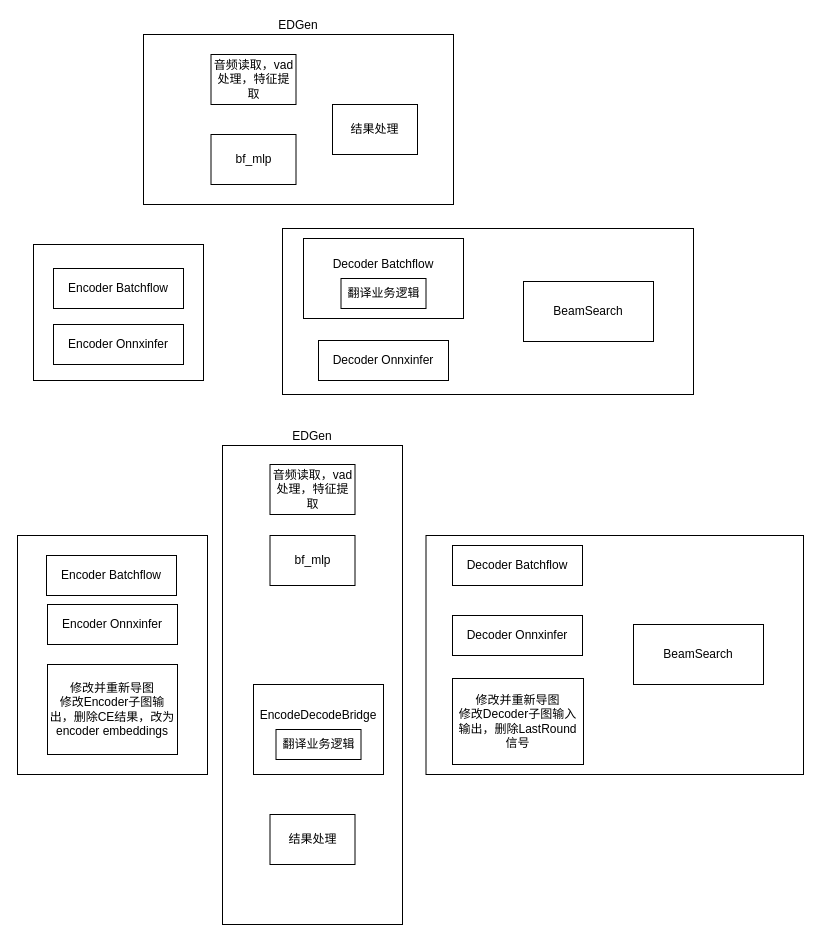
Earlier version of the draw.io diagram Image/多语种同传大模型encode-decode拆分新解决方案.drawio (jcchouz/ImageHosting). Source tidied: cells renumbered, new cells numbered last; positions are measured from the earlier drawing's top-left corner, leaving out a move shared by most shapes. Both pictures are drawn from the tidied source at 100%, with x=0, y=0 at pixel (17, 34).
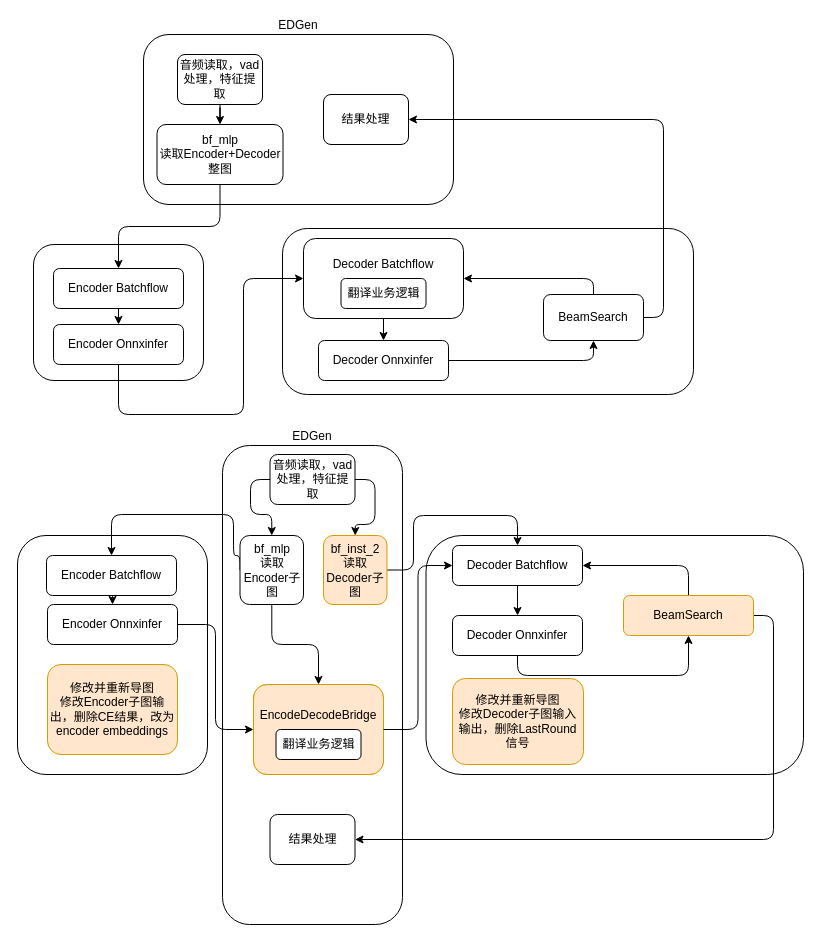
The same diagram, later.

Commit message:
更新多语种同传大模型encode-decode拆分新解决方案.drawio

The edit, as a diff of the source:
```diff
@@
-    <mxCell id="2" style="rounded=0;whiteSpace=wrap;html=1;" parent="1" vertex="1">
+    <mxCell id="2" style="rounded=1;whiteSpace=wrap;html=1;" parent="1" vertex="1">
       <mxGeometry x="408.5" y="501" width="377.5" height="239" as="geometry" />
     </mxCell>
-    <mxCell id="3" style="rounded=0;whiteSpace=wrap;html=1;" parent="1" vertex="1">
+    <mxCell id="3" style="rounded=1;whiteSpace=wrap;html=1;" parent="1" vertex="1">
       <mxGeometry y="501" width="190" height="239" as="geometry" />
     </mxCell>
-    <mxCell id="4" style="rounded=0;whiteSpace=wrap;html=1;" parent="1" vertex="1">
+    <mxCell id="4" style="rounded=1;whiteSpace=wrap;html=1;" parent="1" vertex="1">
       <mxGeometry x="265" y="194" width="411" height="166" as="geometry" />
     </mxCell>
-    <mxCell id="5" style="rounded=0;whiteSpace=wrap;html=1;" parent="1" vertex="1">
+    <mxCell id="5" style="rounded=1;whiteSpace=wrap;html=1;" parent="1" vertex="1">
       <mxGeometry x="16" y="210" width="170" height="136" as="geometry" />
     </mxCell>
-    <mxCell id="6" value="EDGen" style="rounded=0;whiteSpace=wrap;html=1;labelPosition=center;verticalLabelPosition=top;align=center;verticalAlign=bottom;" parent="1" vertex="1">
+    <mxCell id="6" value="EDGen" style="rounded=1;whiteSpace=wrap;html=1;labelPosition=center;verticalLabelPosition=top;align=center;verticalAlign=bottom;" parent="1" vertex="1">
       <mxGeometry x="126" width="310" height="170" as="geometry" />
     </mxCell>
+    <mxCell id="30" style="edgeStyle=orthogonalEdgeStyle;rounded=1;jettySize=auto;html=1;exitX=0.5;exitY=1;exitDx=0;exitDy=0;entryX=0.5;entryY=0;entryDx=0;entryDy=0;" parent="1" edge="1" source="7" target="8">
+      <mxGeometry relative="1" as="geometry" />
+    </mxCell>
-    <mxCell id="7" value="Encoder Batchflow" style="rounded=0;whiteSpace=wrap;html=1;" parent="1" vertex="1">
+    <mxCell id="7" value="Encoder Batchflow" style="rounded=1;whiteSpace=wrap;html=1;" parent="1" vertex="1">
       <mxGeometry x="36" y="234" width="130" height="40" as="geometry" />
     </mxCell>
+    <mxCell id="31" style="edgeStyle=orthogonalEdgeStyle;rounded=1;jettySize=auto;html=1;exitX=0.5;exitY=1;exitDx=0;exitDy=0;entryX=0;entryY=0.5;entryDx=0;entryDy=0;" parent="1" edge="1" source="8" target="9">
+      <mxGeometry relative="1" as="geometry">
+        <Array as="points">
+          <mxPoint x="101" y="380" />
+          <mxPoint x="226" y="380" />
+          <mxPoint x="226" y="244" />
+        </Array>
+      </mxGeometry>
+    </mxCell>
-    <mxCell id="8" value="Encoder Onnxinfer" style="rounded=0;whiteSpace=wrap;html=1;" parent="1" vertex="1">
+    <mxCell id="8" value="Encoder Onnxinfer" style="rounded=1;whiteSpace=wrap;html=1;" parent="1" vertex="1">
       <mxGeometry x="36" y="290" width="130" height="40" as="geometry" />
     </mxCell>
+    <mxCell id="32" style="edgeStyle=orthogonalEdgeStyle;rounded=1;jettySize=auto;html=1;exitX=0.5;exitY=1;exitDx=0;exitDy=0;entryX=0.5;entryY=0;entryDx=0;entryDy=0;" parent="1" edge="1" source="9" target="10">
+      <mxGeometry relative="1" as="geometry" />
+    </mxCell>
-    <mxCell id="9" value="Decoder Batchflow&lt;div&gt;&lt;br&gt;&lt;/div&gt;&lt;div&gt;&lt;br&gt;&lt;/div&gt;" style="rounded=0;whiteSpace=wrap;html=1;" parent="1" vertex="1">
+    <mxCell id="9" value="Decoder Batchflow&lt;div&gt;&lt;br&gt;&lt;/div&gt;&lt;div&gt;&lt;br&gt;&lt;/div&gt;" style="rounded=1;whiteSpace=wrap;html=1;" parent="1" vertex="1">
       <mxGeometry x="286" y="204" width="160" height="80" as="geometry" />
     </mxCell>
+    <mxCell id="33" style="edgeStyle=orthogonalEdgeStyle;rounded=1;jettySize=auto;html=1;exitX=1;exitY=0.5;exitDx=0;exitDy=0;entryX=0.5;entryY=1;entryDx=0;entryDy=0;" parent="1" edge="1" source="10" target="11">
+      <mxGeometry relative="1" as="geometry" />
+    </mxCell>
-    <mxCell id="10" value="Decoder Onnxinfer" style="rounded=0;whiteSpace=wrap;html=1;" parent="1" vertex="1">
+    <mxCell id="10" value="Decoder Onnxinfer" style="rounded=1;whiteSpace=wrap;html=1;" parent="1" vertex="1">
       <mxGeometry x="301" y="306" width="130" height="40" as="geometry" />
     </mxCell>
+    <mxCell id="34" style="edgeStyle=orthogonalEdgeStyle;rounded=1;jettySize=auto;html=1;exitX=1;exitY=0.5;exitDx=0;exitDy=0;entryX=1;entryY=0.5;entryDx=0;entryDy=0;" parent="1" edge="1" source="11" target="22">
+      <mxGeometry relative="1" as="geometry" />
+    </mxCell>
+    <mxCell id="35" style="edgeStyle=orthogonalEdgeStyle;rounded=1;jettySize=auto;html=1;exitX=0.5;exitY=0;exitDx=0;exitDy=0;entryX=1;entryY=0.5;entryDx=0;entryDy=0;" parent="1" edge="1" source="11" target="9">
+      <mxGeometry relative="1" as="geometry">
+        <Array as="points">
+          <mxPoint x="576" y="244" />
+        </Array>
+      </mxGeometry>
+    </mxCell>
-    <mxCell id="11" value="BeamSearch" style="rounded=0;whiteSpace=wrap;html=1;" parent="1" vertex="1">
-      <mxGeometry x="506" y="247" width="130" height="60" as="geometry" />
+    <mxCell id="11" value="BeamSearch" style="rounded=1;whiteSpace=wrap;html=1;" parent="1" vertex="1">
+      <mxGeometry x="526" y="260" width="100" height="46" as="geometry" />
     </mxCell>
-    <mxCell id="12" value="EDGen" style="rounded=0;whiteSpace=wrap;html=1;labelPosition=center;verticalLabelPosition=top;align=center;verticalAlign=bottom;" parent="1" vertex="1">
+    <mxCell id="12" value="EDGen" style="rounded=1;whiteSpace=wrap;html=1;labelPosition=center;verticalLabelPosition=top;align=center;verticalAlign=bottom;" parent="1" vertex="1">
       <mxGeometry x="205" y="411" width="180" height="479" as="geometry" />
     </mxCell>
+    <mxCell id="36" style="edgeStyle=orthogonalEdgeStyle;rounded=1;jettySize=auto;html=1;exitX=0.5;exitY=1;exitDx=0;exitDy=0;entryX=0.5;entryY=0;entryDx=0;entryDy=0;" parent="1" edge="1" source="13" target="14">
+      <mxGeometry relative="1" as="geometry" />
+    </mxCell>
-    <mxCell id="13" value="Encoder Batchflow" style="rounded=0;whiteSpace=wrap;html=1;" parent="1" vertex="1">
+    <mxCell id="13" value="Encoder Batchflow" style="rounded=1;whiteSpace=wrap;html=1;" parent="1" vertex="1">
       <mxGeometry x="29" y="521" width="130" height="40" as="geometry" />
     </mxCell>
+    <mxCell id="37" style="edgeStyle=orthogonalEdgeStyle;rounded=1;jettySize=auto;html=1;exitX=1;exitY=0.5;exitDx=0;exitDy=0;entryX=0;entryY=0.5;entryDx=0;entryDy=0;" parent="1" edge="1" source="14" target="26">
+      <mxGeometry relative="1" as="geometry" />
+    </mxCell>
-    <mxCell id="14" value="Encoder Onnxinfer" style="rounded=0;whiteSpace=wrap;html=1;" parent="1" vertex="1">
+    <mxCell id="14" value="Encoder Onnxinfer" style="rounded=1;whiteSpace=wrap;html=1;" parent="1" vertex="1">
       <mxGeometry x="30" y="570" width="130" height="40" as="geometry" />
     </mxCell>
+    <mxCell id="38" style="edgeStyle=orthogonalEdgeStyle;rounded=1;jettySize=auto;html=1;exitX=0.5;exitY=1;exitDx=0;exitDy=0;entryX=0.5;entryY=0;entryDx=0;entryDy=0;" parent="1" edge="1" source="15" target="16">
+      <mxGeometry relative="1" as="geometry" />
+    </mxCell>
-    <mxCell id="15" value="Decoder Batchflow" style="rounded=0;whiteSpace=wrap;html=1;" parent="1" vertex="1">
+    <mxCell id="15" value="Decoder Batchflow" style="rounded=1;whiteSpace=wrap;html=1;" parent="1" vertex="1">
       <mxGeometry x="435" y="511" width="130" height="40" as="geometry" />
     </mxCell>
+    <mxCell id="39" style="edgeStyle=orthogonalEdgeStyle;rounded=1;jettySize=auto;html=1;exitX=0.5;exitY=1;exitDx=0;exitDy=0;entryX=0.5;entryY=1;entryDx=0;entryDy=0;" parent="1" edge="1" source="16" target="20">
+      <mxGeometry relative="1" as="geometry" />
+    </mxCell>
-    <mxCell id="16" value="Decoder Onnxinfer" style="rounded=0;whiteSpace=wrap;html=1;" parent="1" vertex="1">
+    <mxCell id="16" value="Decoder Onnxinfer" style="rounded=1;whiteSpace=wrap;html=1;" parent="1" vertex="1">
       <mxGeometry x="435" y="581" width="130" height="40" as="geometry" />
     </mxCell>
-    <mxCell id="17" value="翻译业务逻辑" style="rounded=0;whiteSpace=wrap;html=1;" parent="1" vertex="1">
+    <mxCell id="17" value="翻译业务逻辑" style="rounded=1;whiteSpace=wrap;html=1;" parent="1" vertex="1">
       <mxGeometry x="323.5" y="244" width="85" height="30" as="geometry" />
     </mxCell>
+    <mxCell id="40" style="edgeStyle=orthogonalEdgeStyle;rounded=1;jettySize=auto;html=1;" parent="1" edge="1" source="18" target="21">
+      <mxGeometry relative="1" as="geometry" />
+    </mxCell>
-    <mxCell id="18" value="音频读取，vad处理，特征提取" style="rounded=0;whiteSpace=wrap;html=1;" parent="1" vertex="1">
-      <mxGeometry x="193.5" y="20" width="85" height="50" as="geometry" />
+    <mxCell id="18" value="音频读取，vad处理，特征提取" style="rounded=1;whiteSpace=wrap;html=1;" parent="1" vertex="1">
+      <mxGeometry x="160" y="20" width="85" height="50" as="geometry" />
     </mxCell>
+    <mxCell id="41" style="edgeStyle=orthogonalEdgeStyle;rounded=1;jettySize=auto;html=1;exitX=0;exitY=0.5;exitDx=0;exitDy=0;entryX=0.5;entryY=0;entryDx=0;entryDy=0;" parent="1" edge="1" source="19" target="24">
+      <mxGeometry relative="1" as="geometry">
+        <Array as="points">
+          <mxPoint x="233" y="445" />
+          <mxPoint x="233" y="480" />
+          <mxPoint x="254" y="480" />
+        </Array>
+      </mxGeometry>
+    </mxCell>
+    <mxCell id="42" style="edgeStyle=orthogonalEdgeStyle;rounded=1;jettySize=auto;html=1;exitX=1;exitY=0.5;exitDx=0;exitDy=0;entryX=0.5;entryY=0;entryDx=0;entryDy=0;" parent="1" edge="1" source="19" target="50">
+      <mxGeometry relative="1" as="geometry" />
+    </mxCell>
-    <mxCell id="19" value="音频读取，vad处理，特征提取" style="rounded=0;whiteSpace=wrap;html=1;" parent="1" vertex="1">
-      <mxGeometry x="252.5" y="430" width="85" height="50" as="geometry" />
+    <mxCell id="19" value="音频读取，vad处理，特征提取" style="rounded=1;whiteSpace=wrap;html=1;" parent="1" vertex="1">
+      <mxGeometry x="252.5" y="420" width="85" height="50" as="geometry" />
     </mxCell>
+    <mxCell id="43" style="edgeStyle=orthogonalEdgeStyle;rounded=1;jettySize=auto;html=1;exitX=0.5;exitY=0;exitDx=0;exitDy=0;entryX=1;entryY=0.5;entryDx=0;entryDy=0;" parent="1" edge="1" source="20" target="15">
+      <mxGeometry relative="1" as="geometry" />
+    </mxCell>
+    <mxCell id="44" style="edgeStyle=orthogonalEdgeStyle;rounded=1;jettySize=auto;html=1;exitX=1;exitY=0.5;exitDx=0;exitDy=0;entryX=1;entryY=0.5;entryDx=0;entryDy=0;" parent="1" edge="1" source="20" target="23">
+      <mxGeometry relative="1" as="geometry" />
+    </mxCell>
-    <mxCell id="20" value="BeamSearch" style="rounded=0;whiteSpace=wrap;html=1;" parent="1" vertex="1">
-      <mxGeometry x="616" y="590" width="130" height="60" as="geometry" />
+    <mxCell id="20" value="BeamSearch" style="rounded=1;whiteSpace=wrap;html=1;fillColor=#ffe6cc;strokeColor=#d79b00;" parent="1" vertex="1">
+      <mxGeometry x="606" y="561" width="130" height="40" as="geometry" />
     </mxCell>
+    <mxCell id="45" style="edgeStyle=orthogonalEdgeStyle;rounded=1;jettySize=auto;html=1;entryX=0.5;entryY=0;entryDx=0;entryDy=0;" parent="1" edge="1" source="21" target="7">
+      <mxGeometry relative="1" as="geometry" />
+    </mxCell>
-    <mxCell id="21" value="bf_mlp" style="rounded=0;whiteSpace=wrap;html=1;" parent="1" vertex="1">
-      <mxGeometry x="193.5" y="100" width="85" height="50" as="geometry" />
+    <mxCell id="21" value="bf_mlp&lt;div&gt;读取Encoder+Decoder整图&lt;/div&gt;" style="rounded=1;whiteSpace=wrap;html=1;" parent="1" vertex="1">
+      <mxGeometry x="139.5" y="90" width="126" height="60" as="geometry" />
     </mxCell>
-    <mxCell id="22" value="结果处理" style="rounded=0;whiteSpace=wrap;html=1;" parent="1" vertex="1">
-      <mxGeometry x="315" y="70" width="85" height="50" as="geometry" />
+    <mxCell id="22" value="结果处理" style="rounded=1;whiteSpace=wrap;html=1;" parent="1" vertex="1">
+      <mxGeometry x="306" y="60" width="85" height="50" as="geometry" />
     </mxCell>
-    <mxCell id="23" value="结果处理" style="rounded=0;whiteSpace=wrap;html=1;" parent="1" vertex="1">
+    <mxCell id="23" value="结果处理" style="rounded=1;whiteSpace=wrap;html=1;" parent="1" vertex="1">
       <mxGeometry x="252.5" y="780" width="85" height="50" as="geometry" />
     </mxCell>
+    <mxCell id="46" style="edgeStyle=orthogonalEdgeStyle;rounded=1;jettySize=auto;html=1;exitX=0;exitY=0.5;exitDx=0;exitDy=0;entryX=0.5;entryY=0;entryDx=0;entryDy=0;" parent="1" edge="1" source="24" target="13">
+      <mxGeometry relative="1" as="geometry">
+        <Array as="points">
+          <mxPoint x="216" y="521" />
+          <mxPoint x="216" y="480" />
+          <mxPoint x="94" y="480" />
+        </Array>
+      </mxGeometry>
+    </mxCell>
+    <mxCell id="47" style="edgeStyle=orthogonalEdgeStyle;rounded=1;jettySize=auto;html=1;" parent="1" edge="1" source="24" target="26">
+      <mxGeometry relative="1" as="geometry" />
+    </mxCell>
-    <mxCell id="24" value="bf_mlp" style="rounded=0;whiteSpace=wrap;html=1;" parent="1" vertex="1">
-      <mxGeometry x="252.5" y="501" width="85" height="50" as="geometry" />
+    <mxCell id="24" value="bf_mlp&lt;div&gt;读取Encoder子图&lt;/div&gt;" style="rounded=1;whiteSpace=wrap;html=1;" parent="1" vertex="1">
+      <mxGeometry x="222.5" y="501" width="63.5" height="69" as="geometry" />
     </mxCell>
-    <mxCell id="25" style="group;" parent="1" vertex="1">
+    <mxCell id="25" style="group;fillColor=#ffe6cc;strokeColor=#d79b00;rounded=1;" parent="1" vertex="1">
       <mxGeometry x="236" y="650" width="130" height="90" as="geometry" />
     </mxCell>
-    <mxCell id="26" value="EncodeDecodeBridge&lt;div&gt;&lt;br&gt;&lt;/div&gt;&lt;div&gt;&lt;br&gt;&lt;/div&gt;" style="rounded=0;whiteSpace=wrap;html=1;" parent="25" vertex="1">
+    <mxCell id="26" value="EncodeDecodeBridge&lt;div&gt;&lt;br&gt;&lt;/div&gt;&lt;div&gt;&lt;br&gt;&lt;/div&gt;" style="rounded=1;whiteSpace=wrap;html=1;fillColor=#ffe6cc;strokeColor=#d79b00;" parent="25" vertex="1">
       <mxGeometry width="130" height="90" as="geometry" />
     </mxCell>
-    <mxCell id="27" value="翻译业务逻辑" style="rounded=0;whiteSpace=wrap;html=1;" parent="25" vertex="1">
+    <mxCell id="27" value="翻译业务逻辑" style="rounded=1;whiteSpace=wrap;html=1;" parent="25" vertex="1">
       <mxGeometry x="22.5" y="45" width="85" height="30" as="geometry" />
     </mxCell>
-    <mxCell id="28" value="&lt;div&gt;修改并重新导图&lt;/div&gt;修改Encoder子图输出，删除CE结果，改为encoder embeddings" style="rounded=0;whiteSpace=wrap;html=1;" parent="1" vertex="1">
+    <mxCell id="28" value="&lt;div&gt;修改并重新导图&lt;/div&gt;修改Encoder子图输出，删除CE结果，改为encoder embeddings" style="rounded=1;whiteSpace=wrap;html=1;fillColor=#ffe6cc;strokeColor=#d79b00;" parent="1" vertex="1">
       <mxGeometry x="30" y="630" width="130" height="90" as="geometry" />
     </mxCell>
-    <mxCell id="29" value="修改并重新导图&lt;div&gt;修改Decoder子图输入输出，删除LastRound信号&lt;/div&gt;" style="rounded=0;whiteSpace=wrap;html=1;" parent="1" vertex="1">
+    <mxCell id="29" value="修改并重新导图&lt;div&gt;修改Decoder子图输入输出，删除LastRound信号&lt;/div&gt;" style="rounded=1;whiteSpace=wrap;html=1;fillColor=#ffe6cc;strokeColor=#d79b00;" parent="1" vertex="1">
       <mxGeometry x="435" y="644" width="131" height="86" as="geometry" />
     </mxCell>
+    <mxCell id="48" style="edgeStyle=orthogonalEdgeStyle;rounded=1;jettySize=auto;html=1;exitX=1;exitY=0.5;exitDx=0;exitDy=0;entryX=0;entryY=0.5;entryDx=0;entryDy=0;" parent="1" edge="1" source="26" target="15">
+      <mxGeometry relative="1" as="geometry" />
+    </mxCell>
+    <mxCell id="49" style="edgeStyle=orthogonalEdgeStyle;rounded=1;jettySize=auto;html=1;exitX=1;exitY=0.5;exitDx=0;exitDy=0;entryX=0.5;entryY=0;entryDx=0;entryDy=0;" parent="1" edge="1" source="50" target="15">
+      <mxGeometry relative="1" as="geometry">
+        <Array as="points">
+          <mxPoint x="396" y="535" />
+          <mxPoint x="396" y="481" />
+          <mxPoint x="500" y="481" />
+        </Array>
+      </mxGeometry>
+    </mxCell>
+    <mxCell id="50" value="bf_inst_2&lt;div&gt;读取Decoder子图&lt;/div&gt;" style="rounded=1;whiteSpace=wrap;html=1;fillColor=#ffe6cc;strokeColor=#d79b00;" parent="1" vertex="1">
+      <mxGeometry x="306" y="501" width="63.5" height="69" as="geometry" />
+    </mxCell>
```
